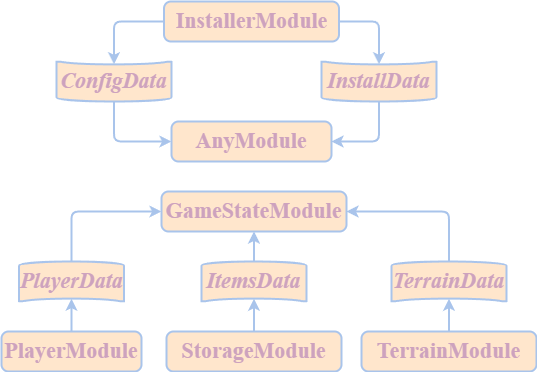
The draw.io diagram ДипломДокументы/ПЗFarm/Презентация/Scheme/5.drawio.png in MAZUTA89/Farmer-s-Valley, before a commit. Source tidied: cells renumbered, new cells last; positions are measured from the earlier drawing's top-left corner, leaving out a move shared by most shapes.
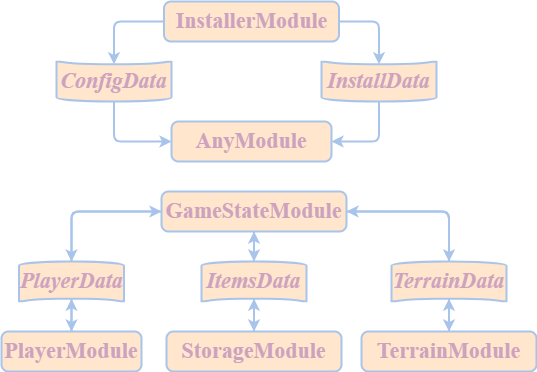
Above is the later version.

Diff of the diagram source:
```diff
@@ -41,18 +41,27 @@
     <mxCell id="14" style="edgeStyle=orthogonalEdgeStyle;rounded=1;jettySize=auto;html=1;exitX=0;exitY=0.5;exitDx=0;exitDy=0;exitPerimeter=0;entryX=0;entryY=0.5;entryDx=0;entryDy=0;strokeColor=#A9C4EB;strokeWidth=2;align=center;verticalAlign=middle;arcSize=14;fontFamily=Times New Roman;fontSize=22;fontColor=#CDA2BE;fontStyle=3;labelBackgroundColor=default;endArrow=classic;fillColor=#ffe6cc;" parent="1" edge="1" source="15" target="10">
       <mxGeometry relative="1" as="geometry" />
     </mxCell>
+    <mxCell id="23" style="edgeStyle=orthogonalEdgeStyle;shape=connector;rounded=1;jettySize=auto;html=1;exitX=0.93;exitY=0.5;exitDx=0;exitDy=0;exitPerimeter=0;entryX=0.5;entryY=0;entryDx=0;entryDy=0;strokeColor=#A9C4EB;strokeWidth=2;align=center;verticalAlign=middle;arcSize=14;fontFamily=Times New Roman;fontSize=22;fontColor=#CDA2BE;fontStyle=3;labelBackgroundColor=default;endArrow=classic;fillColor=#ffe6cc;" parent="1" edge="1" source="15" target="11">
+      <mxGeometry relative="1" as="geometry" />
+    </mxCell>
     <mxCell id="15" value="PlayerData" style="strokeWidth=2;html=1;shape=mxgraph.flowchart.stored_data;whiteSpace=wrap;rounded=1;strokeColor=#A9C4EB;align=center;verticalAlign=middle;arcSize=14;fontFamily=Times New Roman;fontSize=22;fontColor=#CDA2BE;fontStyle=3;labelBackgroundColor=none;fillColor=#ffe6cc;direction=south;" parent="1" vertex="1">
       <mxGeometry x="17.5" y="260" width="105" height="40" as="geometry" />
     </mxCell>
     <mxCell id="16" style="edgeStyle=orthogonalEdgeStyle;rounded=1;jettySize=auto;html=1;exitX=0;exitY=0.5;exitDx=0;exitDy=0;exitPerimeter=0;entryX=0.5;entryY=1;entryDx=0;entryDy=0;strokeColor=#A9C4EB;strokeWidth=2;align=center;verticalAlign=middle;arcSize=14;fontFamily=Times New Roman;fontSize=22;fontColor=#CDA2BE;fontStyle=3;labelBackgroundColor=default;endArrow=classic;fillColor=#ffe6cc;" parent="1" edge="1" source="17" target="10">
       <mxGeometry relative="1" as="geometry" />
     </mxCell>
+    <mxCell id="24" style="edgeStyle=orthogonalEdgeStyle;shape=connector;rounded=1;jettySize=auto;html=1;exitX=0.93;exitY=0.5;exitDx=0;exitDy=0;exitPerimeter=0;entryX=0.5;entryY=0;entryDx=0;entryDy=0;strokeColor=#A9C4EB;strokeWidth=2;align=center;verticalAlign=middle;arcSize=14;fontFamily=Times New Roman;fontSize=22;fontColor=#CDA2BE;fontStyle=3;labelBackgroundColor=default;endArrow=classic;fillColor=#ffe6cc;" parent="1" edge="1" source="17" target="12">
+      <mxGeometry relative="1" as="geometry" />
+    </mxCell>
     <mxCell id="17" value="ItemsData" style="strokeWidth=2;html=1;shape=mxgraph.flowchart.stored_data;whiteSpace=wrap;rounded=1;strokeColor=#A9C4EB;align=center;verticalAlign=middle;arcSize=14;fontFamily=Times New Roman;fontSize=22;fontColor=#CDA2BE;fontStyle=3;labelBackgroundColor=none;fillColor=#ffe6cc;direction=south;" parent="1" vertex="1">
       <mxGeometry x="200" y="260" width="105" height="40" as="geometry" />
     </mxCell>
     <mxCell id="18" style="edgeStyle=orthogonalEdgeStyle;rounded=1;jettySize=auto;html=1;exitX=0;exitY=0.5;exitDx=0;exitDy=0;exitPerimeter=0;entryX=1;entryY=0.5;entryDx=0;entryDy=0;strokeColor=#A9C4EB;strokeWidth=2;align=center;verticalAlign=middle;arcSize=14;fontFamily=Times New Roman;fontSize=22;fontColor=#CDA2BE;fontStyle=3;labelBackgroundColor=default;endArrow=classic;fillColor=#ffe6cc;" parent="1" edge="1" source="19" target="10">
       <mxGeometry relative="1" as="geometry" />
     </mxCell>
+    <mxCell id="25" style="edgeStyle=orthogonalEdgeStyle;shape=connector;rounded=1;jettySize=auto;html=1;exitX=0.93;exitY=0.5;exitDx=0;exitDy=0;exitPerimeter=0;entryX=0.5;entryY=0;entryDx=0;entryDy=0;strokeColor=#A9C4EB;strokeWidth=2;align=center;verticalAlign=middle;arcSize=14;fontFamily=Times New Roman;fontSize=22;fontColor=#CDA2BE;fontStyle=3;labelBackgroundColor=default;endArrow=classic;fillColor=#ffe6cc;" parent="1" edge="1" source="19" target="13">
+      <mxGeometry relative="1" as="geometry" />
+    </mxCell>
     <mxCell id="19" value="TerrainData" style="strokeWidth=2;html=1;shape=mxgraph.flowchart.stored_data;whiteSpace=wrap;rounded=1;strokeColor=#A9C4EB;align=center;verticalAlign=middle;arcSize=14;fontFamily=Times New Roman;fontSize=22;fontColor=#CDA2BE;fontStyle=3;labelBackgroundColor=none;fillColor=#ffe6cc;direction=south;" parent="1" vertex="1">
       <mxGeometry x="390" y="260" width="115" height="40" as="geometry" />
     </mxCell>
@@ -65,5 +74,14 @@
     <mxCell id="22" style="edgeStyle=orthogonalEdgeStyle;rounded=1;jettySize=auto;html=1;exitX=0.5;exitY=0;exitDx=0;exitDy=0;entryX=0.93;entryY=0.5;entryDx=0;entryDy=0;entryPerimeter=0;strokeColor=#A9C4EB;strokeWidth=2;align=center;verticalAlign=middle;arcSize=14;fontFamily=Times New Roman;fontSize=22;fontColor=#CDA2BE;fontStyle=3;labelBackgroundColor=default;endArrow=classic;fillColor=#ffe6cc;" parent="1" edge="1" source="13" target="19">
       <mxGeometry relative="1" as="geometry" />
     </mxCell>
+    <mxCell id="26" style="edgeStyle=orthogonalEdgeStyle;shape=connector;rounded=1;jettySize=auto;html=1;exitX=0.5;exitY=1;exitDx=0;exitDy=0;entryX=0;entryY=0.5;entryDx=0;entryDy=0;entryPerimeter=0;strokeColor=#A9C4EB;strokeWidth=2;align=center;verticalAlign=middle;arcSize=14;fontFamily=Times New Roman;fontSize=22;fontColor=#CDA2BE;fontStyle=3;labelBackgroundColor=default;endArrow=classic;fillColor=#ffe6cc;" parent="1" edge="1" source="10" target="17">
+      <mxGeometry relative="1" as="geometry" />
+    </mxCell>
+    <mxCell id="27" style="edgeStyle=orthogonalEdgeStyle;shape=connector;rounded=1;jettySize=auto;html=1;exitX=0;exitY=0.5;exitDx=0;exitDy=0;entryX=0;entryY=0.5;entryDx=0;entryDy=0;entryPerimeter=0;strokeColor=#A9C4EB;strokeWidth=2;align=center;verticalAlign=middle;arcSize=14;fontFamily=Times New Roman;fontSize=22;fontColor=#CDA2BE;fontStyle=3;labelBackgroundColor=default;endArrow=classic;fillColor=#ffe6cc;" parent="1" edge="1" source="10" target="15">
+      <mxGeometry relative="1" as="geometry" />
+    </mxCell>
+    <mxCell id="28" style="edgeStyle=orthogonalEdgeStyle;shape=connector;rounded=1;jettySize=auto;html=1;exitX=1;exitY=0.5;exitDx=0;exitDy=0;entryX=0;entryY=0.5;entryDx=0;entryDy=0;entryPerimeter=0;strokeColor=#A9C4EB;strokeWidth=2;align=center;verticalAlign=middle;arcSize=14;fontFamily=Times New Roman;fontSize=22;fontColor=#CDA2BE;fontStyle=3;labelBackgroundColor=default;endArrow=classic;fillColor=#ffe6cc;" parent="1" edge="1" source="10" target="19">
+      <mxGeometry relative="1" as="geometry" />
+    </mxCell>
   </root>
 </mxGraphModel>
```
